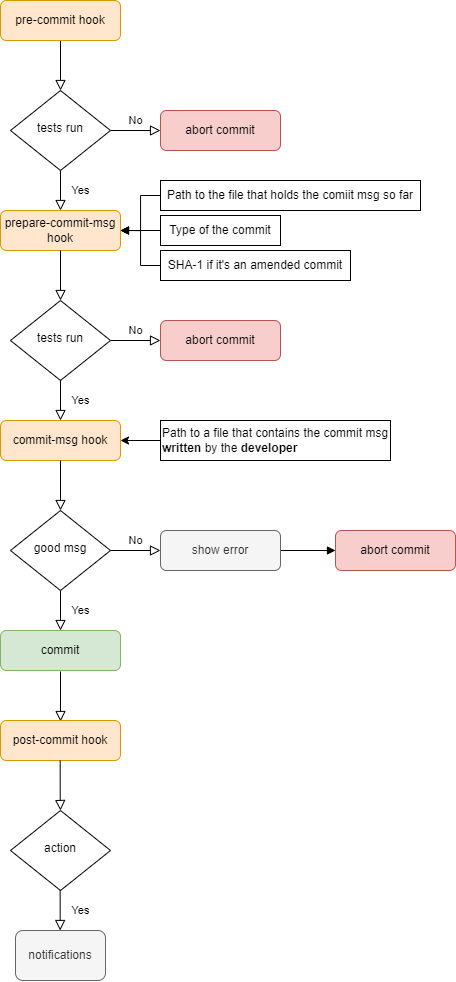
The draw.io diagram assets/images/commit-hooks-final.drawio.png in Reemh/reemh.github.io, before a commit. Source tidied: cells renumbered, new cells last; positions are measured from the earlier drawing's top-left corner, leaving out a move shared by most shapes. The source it was exported from:
```xml
<mxGraphModel>
  <root>
    <mxCell id="0" />
    <mxCell id="1" parent="0" />
    <mxCell id="2" style="rounded=0;html=1;jettySize=auto;fontSize=11;endArrow=block;endFill=0;endSize=8;strokeWidth=1;shadow=0;labelBackgroundColor=none;edgeStyle=orthogonalEdgeStyle;" parent="1" edge="1" source="3" target="6">
      <mxGeometry relative="1" as="geometry" />
    </mxCell>
    <mxCell id="3" value="pre-commit hook" style="rounded=1;whiteSpace=wrap;html=1;fontSize=12;glass=0;strokeWidth=1;shadow=0;fillColor=#ffe6cc;strokeColor=#d79b00;" parent="1" vertex="1">
      <mxGeometry width="120" height="40" as="geometry" />
    </mxCell>
    <mxCell id="4" value="Yes" style="rounded=0;html=1;jettySize=auto;fontSize=11;endArrow=block;endFill=0;endSize=8;strokeWidth=1;shadow=0;labelBackgroundColor=none;edgeStyle=orthogonalEdgeStyle;" parent="1" edge="1" source="6">
      <mxGeometry y="20" relative="1" as="geometry">
        <mxPoint x="60" y="210" as="targetPoint" />
      </mxGeometry>
    </mxCell>
    <mxCell id="5" value="No" style="edgeStyle=orthogonalEdgeStyle;rounded=0;html=1;jettySize=auto;fontSize=11;endArrow=block;endFill=0;endSize=8;strokeWidth=1;shadow=0;labelBackgroundColor=none;" parent="1" edge="1" source="6" target="7">
      <mxGeometry y="10" relative="1" as="geometry" />
    </mxCell>
    <mxCell id="6" value="tests run" style="rhombus;whiteSpace=wrap;html=1;shadow=0;fontFamily=Helvetica;fontSize=12;align=center;strokeWidth=1;spacing=6;spacingTop=-4;" parent="1" vertex="1">
      <mxGeometry x="10" y="90" width="100" height="80" as="geometry" />
    </mxCell>
    <mxCell id="7" value="abort commit" style="rounded=1;whiteSpace=wrap;html=1;fontSize=12;glass=0;strokeWidth=1;shadow=0;fillColor=#f8cecc;strokeColor=#b85450;" parent="1" vertex="1">
      <mxGeometry x="160" y="110" width="120" height="40" as="geometry" />
    </mxCell>
    <mxCell id="8" value="prepare-commit-msg hook" style="rounded=1;whiteSpace=wrap;html=1;fontSize=12;glass=0;strokeWidth=1;shadow=0;fillColor=#ffe6cc;strokeColor=#d79b00;" parent="1" vertex="1">
      <mxGeometry y="210" width="120" height="40" as="geometry" />
    </mxCell>
    <mxCell id="9" style="edgeStyle=orthogonalEdgeStyle;rounded=0;jettySize=auto;html=1;exitX=0;exitY=0.5;exitDx=0;exitDy=0;" parent="1" edge="1" source="31" target="8">
      <mxGeometry relative="1" as="geometry" />
    </mxCell>
    <mxCell id="10" style="rounded=0;html=1;jettySize=auto;fontSize=11;endArrow=block;endFill=0;endSize=8;strokeWidth=1;shadow=0;labelBackgroundColor=none;edgeStyle=orthogonalEdgeStyle;" parent="1" edge="1" target="12">
      <mxGeometry relative="1" as="geometry">
        <mxPoint x="60" y="250" as="sourcePoint" />
      </mxGeometry>
    </mxCell>
    <mxCell id="11" value="No" style="edgeStyle=orthogonalEdgeStyle;rounded=0;html=1;jettySize=auto;fontSize=11;endArrow=block;endFill=0;endSize=8;strokeWidth=1;shadow=0;labelBackgroundColor=none;" parent="1" edge="1" source="12" target="13">
      <mxGeometry y="10" relative="1" as="geometry" />
    </mxCell>
    <mxCell id="12" value="tests run" style="rhombus;whiteSpace=wrap;html=1;shadow=0;fontFamily=Helvetica;fontSize=12;align=center;strokeWidth=1;spacing=6;spacingTop=-4;" parent="1" vertex="1">
      <mxGeometry x="10" y="300" width="100" height="80" as="geometry" />
    </mxCell>
    <mxCell id="13" value="abort commit" style="rounded=1;whiteSpace=wrap;html=1;fontSize=12;glass=0;strokeWidth=1;shadow=0;fillColor=#f8cecc;strokeColor=#b85450;" parent="1" vertex="1">
      <mxGeometry x="160" y="320" width="120" height="40" as="geometry" />
    </mxCell>
    <mxCell id="14" value="commit-msg hook" style="rounded=1;whiteSpace=wrap;html=1;fontSize=12;glass=0;strokeWidth=1;shadow=0;fillColor=#ffe6cc;strokeColor=#d79b00;" parent="1" vertex="1">
      <mxGeometry y="420" width="120" height="40" as="geometry" />
    </mxCell>
    <mxCell id="15" value="Yes" style="rounded=0;html=1;jettySize=auto;orthogonalLoop=1;fontSize=11;endArrow=block;endFill=0;endSize=8;strokeWidth=1;shadow=0;labelBackgroundColor=none;edgeStyle=orthogonalEdgeStyle;" parent="1" edge="1">
      <mxGeometry y="20" relative="1" as="geometry">
        <mxPoint x="60" y="380" as="sourcePoint" />
        <mxPoint x="60" y="420" as="targetPoint" />
      </mxGeometry>
    </mxCell>
    <mxCell id="16" style="edgeStyle=orthogonalEdgeStyle;rounded=0;jettySize=auto;html=1;" parent="1" edge="1" source="17" target="14">
      <mxGeometry relative="1" as="geometry" />
    </mxCell>
    <mxCell id="17" value="Path to a file that contains the commit msg &lt;b&gt;written &lt;/b&gt;by the &lt;b&gt;developer&lt;/b&gt;" style="rounded=0;whiteSpace=wrap;html=1;align=left;" parent="1" vertex="1">
      <mxGeometry x="160" y="420" width="230" height="40" as="geometry" />
    </mxCell>
    <mxCell id="18" style="edgeStyle=orthogonalEdgeStyle;rounded=0;jettySize=auto;html=1;exitX=0;exitY=0.5;exitDx=0;exitDy=0;endArrow=block;endSize=6;" parent="1" edge="1" source="19">
      <mxGeometry relative="1" as="geometry">
        <mxPoint x="120" y="230" as="targetPoint" />
        <Array as="points">
          <mxPoint x="140" y="195" />
          <mxPoint x="140" y="230" />
        </Array>
      </mxGeometry>
    </mxCell>
    <mxCell id="19" value="&lt;span style=&quot;&quot;&gt;Path to the file that holds the comiit msg so far&lt;br&gt;&lt;/span&gt;" style="rounded=0;whiteSpace=wrap;html=1;" parent="1" vertex="1">
      <mxGeometry x="160" y="180" width="260" height="30" as="geometry" />
    </mxCell>
    <mxCell id="20" style="rounded=0;html=1;jettySize=auto;orthogonalLoop=1;fontSize=11;endArrow=block;endFill=0;endSize=8;strokeWidth=1;shadow=0;labelBackgroundColor=none;edgeStyle=orthogonalEdgeStyle;" parent="1" edge="1">
      <mxGeometry relative="1" as="geometry">
        <mxPoint x="60" y="460" as="sourcePoint" />
        <mxPoint x="60" y="510" as="targetPoint" />
      </mxGeometry>
    </mxCell>
    <mxCell id="21" value="Yes" style="rounded=0;html=1;jettySize=auto;fontSize=11;endArrow=block;endFill=0;endSize=8;strokeWidth=1;shadow=0;labelBackgroundColor=none;edgeStyle=orthogonalEdgeStyle;" parent="1" edge="1" source="23">
      <mxGeometry y="20" relative="1" as="geometry">
        <mxPoint x="60" y="630" as="targetPoint" />
      </mxGeometry>
    </mxCell>
    <mxCell id="22" value="No" style="edgeStyle=orthogonalEdgeStyle;rounded=0;html=1;jettySize=auto;fontSize=11;endArrow=block;endFill=0;endSize=8;strokeWidth=1;shadow=0;labelBackgroundColor=none;" parent="1" edge="1" source="23">
      <mxGeometry y="10" relative="1" as="geometry">
        <mxPoint x="160" y="550" as="targetPoint" />
      </mxGeometry>
    </mxCell>
    <mxCell id="23" value="good msg" style="rhombus;whiteSpace=wrap;html=1;shadow=0;fontFamily=Helvetica;fontSize=12;align=center;strokeWidth=1;spacing=6;spacingTop=-4;" parent="1" vertex="1">
      <mxGeometry x="10" y="510" width="100" height="80" as="geometry" />
    </mxCell>
    <mxCell id="24" style="edgeStyle=orthogonalEdgeStyle;rounded=0;jettySize=auto;html=1;endArrow=block;endSize=6;" parent="1" edge="1" source="25" target="29">
      <mxGeometry relative="1" as="geometry" />
    </mxCell>
    <mxCell id="25" value="show error" style="rounded=1;whiteSpace=wrap;html=1;fontSize=12;glass=0;strokeWidth=1;shadow=0;fillColor=#f5f5f5;fontColor=#333333;strokeColor=#666666;" parent="1" vertex="1">
      <mxGeometry x="160" y="530" width="120" height="40" as="geometry" />
    </mxCell>
    <mxCell id="26" value="commit" style="rounded=1;whiteSpace=wrap;html=1;fontSize=12;glass=0;strokeWidth=1;shadow=0;fillColor=#d5e8d4;strokeColor=#82b366;" parent="1" vertex="1">
      <mxGeometry y="630" width="120" height="40" as="geometry" />
    </mxCell>
    <mxCell id="27" style="rounded=0;html=1;jettySize=auto;orthogonalLoop=1;fontSize=11;endArrow=block;endFill=0;endSize=8;strokeWidth=1;shadow=0;labelBackgroundColor=none;edgeStyle=orthogonalEdgeStyle;" parent="1" edge="1">
      <mxGeometry relative="1" as="geometry">
        <mxPoint x="60" y="671" as="sourcePoint" />
        <mxPoint x="60" y="721" as="targetPoint" />
      </mxGeometry>
    </mxCell>
    <mxCell id="28" value="post-commit hook" style="rounded=1;whiteSpace=wrap;html=1;fontSize=12;glass=0;strokeWidth=1;shadow=0;fillColor=#ffe6cc;strokeColor=#d79b00;" parent="1" vertex="1">
      <mxGeometry y="720" width="120" height="40" as="geometry" />
    </mxCell>
    <mxCell id="29" value="abort commit" style="rounded=1;whiteSpace=wrap;html=1;fontSize=12;glass=0;strokeWidth=1;shadow=0;fillColor=#f8cecc;strokeColor=#b85450;" parent="1" vertex="1">
      <mxGeometry x="335" y="530" width="120" height="40" as="geometry" />
    </mxCell>
    <mxCell id="30" value="notifications" style="rounded=1;whiteSpace=wrap;html=1;fillColor=#f5f5f5;strokeColor=#666666;glass=0;strokeWidth=1;shadow=0;fontColor=#333333;" parent="1" vertex="1">
      <mxGeometry x="15" y="930" width="90" height="50" as="geometry" />
    </mxCell>
    <mxCell id="31" value="&lt;div style=&quot;text-align: left;&quot;&gt;&lt;span style=&quot;background-color: initial;&quot;&gt;Type of the commit&lt;/span&gt;&lt;/div&gt;" style="rounded=0;whiteSpace=wrap;html=1;" parent="1" vertex="1">
      <mxGeometry x="160" y="215" width="120" height="30" as="geometry" />
    </mxCell>
    <mxCell id="32" style="edgeStyle=orthogonalEdgeStyle;rounded=0;jettySize=auto;html=1;exitX=0;exitY=0.5;exitDx=0;exitDy=0;entryX=1;entryY=0.5;entryDx=0;entryDy=0;endArrow=block;endSize=6;" parent="1" edge="1" source="33" target="8">
      <mxGeometry relative="1" as="geometry" />
    </mxCell>
    <mxCell id="33" value="&lt;div style=&quot;text-align: left;&quot;&gt;SHA-1 if it's an amended commit&lt;br&gt;&lt;/div&gt;" style="rounded=0;whiteSpace=wrap;html=1;" parent="1" vertex="1">
      <mxGeometry x="160" y="250" width="190" height="30" as="geometry" />
    </mxCell>
    <mxCell id="34" value="action" style="rhombus;whiteSpace=wrap;html=1;shadow=0;fontFamily=Helvetica;fontSize=12;align=center;strokeWidth=1;spacing=6;spacingTop=-4;" parent="1" vertex="1">
      <mxGeometry x="10" y="810" width="100" height="80" as="geometry" />
    </mxCell>
    <mxCell id="35" style="rounded=0;html=1;jettySize=auto;orthogonalLoop=1;fontSize=11;endArrow=block;endFill=0;endSize=8;strokeWidth=1;shadow=0;labelBackgroundColor=none;edgeStyle=orthogonalEdgeStyle;" parent="1" edge="1">
      <mxGeometry relative="1" as="geometry">
        <mxPoint x="59.7" y="760" as="sourcePoint" />
        <mxPoint x="60" y="810" as="targetPoint" />
        <Array as="points">
          <mxPoint x="59.7" y="800" />
          <mxPoint x="59.7" y="800" />
        </Array>
      </mxGeometry>
    </mxCell>
    <mxCell id="36" value="Yes" style="rounded=0;html=1;jettySize=auto;orthogonalLoop=1;fontSize=11;endArrow=block;endFill=0;endSize=8;strokeWidth=1;shadow=0;labelBackgroundColor=none;edgeStyle=orthogonalEdgeStyle;" parent="1" edge="1">
      <mxGeometry y="20" relative="1" as="geometry">
        <mxPoint x="59.7" y="890" as="sourcePoint" />
        <mxPoint x="59.7" y="930" as="targetPoint" />
      </mxGeometry>
    </mxCell>
  </root>
</mxGraphModel>
```
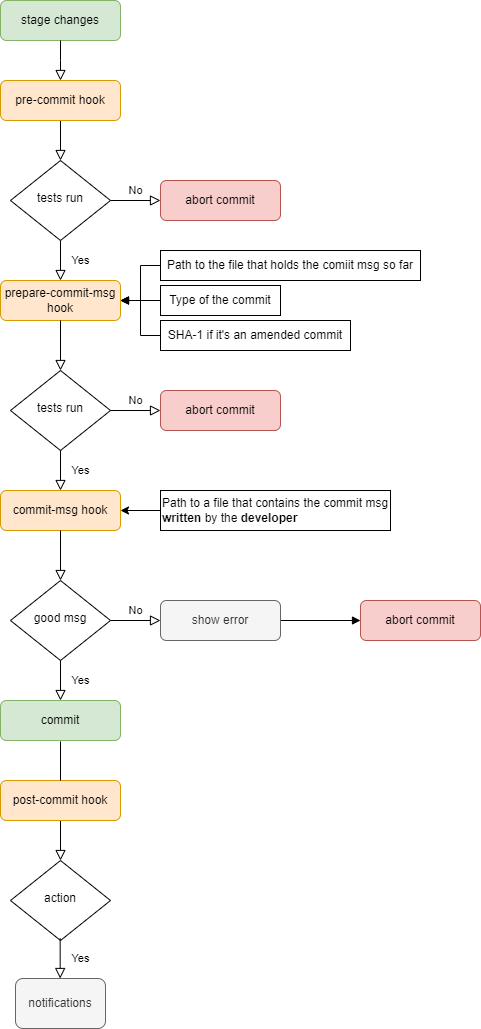
The same diagram one commit later.

Diff of the diagram source:
```diff
@@ -6,7 +6,7 @@
       <mxGeometry relative="1" as="geometry" />
     </mxCell>
     <mxCell id="3" value="pre-commit hook" style="rounded=1;whiteSpace=wrap;html=1;fontSize=12;glass=0;strokeWidth=1;shadow=0;fillColor=#ffe6cc;strokeColor=#d79b00;" parent="1" vertex="1">
-      <mxGeometry width="120" height="40" as="geometry" />
+      <mxGeometry y="10" width="120" height="40" as="geometry" />
     </mxCell>
     <mxCell id="4" value="Yes" style="rounded=0;html=1;jettySize=auto;fontSize=11;endArrow=block;endFill=0;endSize=8;strokeWidth=1;shadow=0;labelBackgroundColor=none;edgeStyle=orthogonalEdgeStyle;" parent="1" edge="1" source="6">
       <mxGeometry y="20" relative="1" as="geometry">
@@ -97,20 +97,16 @@
     <mxCell id="26" value="commit" style="rounded=1;whiteSpace=wrap;html=1;fontSize=12;glass=0;strokeWidth=1;shadow=0;fillColor=#d5e8d4;strokeColor=#82b366;" parent="1" vertex="1">
       <mxGeometry y="630" width="120" height="40" as="geometry" />
     </mxCell>
-    <mxCell id="27" style="rounded=0;html=1;jettySize=auto;orthogonalLoop=1;fontSize=11;endArrow=block;endFill=0;endSize=8;strokeWidth=1;shadow=0;labelBackgroundColor=none;edgeStyle=orthogonalEdgeStyle;" parent="1" edge="1">
+    <mxCell id="27" style="rounded=0;html=1;jettySize=auto;fontSize=11;endArrow=block;endFill=0;endSize=8;strokeWidth=1;shadow=0;labelBackgroundColor=none;edgeStyle=orthogonalEdgeStyle;startArrow=none;" parent="1" edge="1" source="28">
       <mxGeometry relative="1" as="geometry">
-        <mxPoint x="60" y="671" as="sourcePoint" />
         <mxPoint x="60" y="721" as="targetPoint" />
       </mxGeometry>
     </mxCell>
-    <mxCell id="28" value="post-commit hook" style="rounded=1;whiteSpace=wrap;html=1;fontSize=12;glass=0;strokeWidth=1;shadow=0;fillColor=#ffe6cc;strokeColor=#d79b00;" parent="1" vertex="1">
-      <mxGeometry y="720" width="120" height="40" as="geometry" />
-    </mxCell>
     <mxCell id="29" value="abort commit" style="rounded=1;whiteSpace=wrap;html=1;fontSize=12;glass=0;strokeWidth=1;shadow=0;fillColor=#f8cecc;strokeColor=#b85450;" parent="1" vertex="1">
-      <mxGeometry x="335" y="530" width="120" height="40" as="geometry" />
+      <mxGeometry x="360" y="530" width="120" height="40" as="geometry" />
     </mxCell>
     <mxCell id="30" value="notifications" style="rounded=1;whiteSpace=wrap;html=1;fillColor=#f5f5f5;strokeColor=#666666;glass=0;strokeWidth=1;shadow=0;fontColor=#333333;" parent="1" vertex="1">
-      <mxGeometry x="15" y="930" width="90" height="50" as="geometry" />
+      <mxGeometry x="15" y="908" width="90" height="50" as="geometry" />
     </mxCell>
     <mxCell id="31" value="&lt;div style=&quot;text-align: left;&quot;&gt;&lt;span style=&quot;background-color: initial;&quot;&gt;Type of the commit&lt;/span&gt;&lt;/div&gt;" style="rounded=0;whiteSpace=wrap;html=1;" parent="1" vertex="1">
       <mxGeometry x="160" y="215" width="120" height="30" as="geometry" />
@@ -122,23 +118,42 @@
       <mxGeometry x="160" y="250" width="190" height="30" as="geometry" />
     </mxCell>
     <mxCell id="34" value="action" style="rhombus;whiteSpace=wrap;html=1;shadow=0;fontFamily=Helvetica;fontSize=12;align=center;strokeWidth=1;spacing=6;spacingTop=-4;" parent="1" vertex="1">
-      <mxGeometry x="10" y="810" width="100" height="80" as="geometry" />
+      <mxGeometry x="10" y="790" width="100" height="80" as="geometry" />
     </mxCell>
     <mxCell id="35" style="rounded=0;html=1;jettySize=auto;orthogonalLoop=1;fontSize=11;endArrow=block;endFill=0;endSize=8;strokeWidth=1;shadow=0;labelBackgroundColor=none;edgeStyle=orthogonalEdgeStyle;" parent="1" edge="1">
       <mxGeometry relative="1" as="geometry">
-        <mxPoint x="59.7" y="760" as="sourcePoint" />
-        <mxPoint x="60" y="810" as="targetPoint" />
+        <mxPoint x="59.7" y="749" as="sourcePoint" />
+        <mxPoint x="60" y="790" as="targetPoint" />
         <Array as="points">
-          <mxPoint x="59.7" y="800" />
-          <mxPoint x="59.7" y="800" />
+          <mxPoint x="59.7" y="789" />
+          <mxPoint x="59.7" y="789" />
         </Array>
       </mxGeometry>
     </mxCell>
     <mxCell id="36" value="Yes" style="rounded=0;html=1;jettySize=auto;orthogonalLoop=1;fontSize=11;endArrow=block;endFill=0;endSize=8;strokeWidth=1;shadow=0;labelBackgroundColor=none;edgeStyle=orthogonalEdgeStyle;" parent="1" edge="1">
       <mxGeometry y="20" relative="1" as="geometry">
-        <mxPoint x="59.7" y="890" as="sourcePoint" />
-        <mxPoint x="59.7" y="930" as="targetPoint" />
+        <mxPoint x="59.7" y="868" as="sourcePoint" />
+        <mxPoint x="59.7" y="908" as="targetPoint" />
       </mxGeometry>
     </mxCell>
+    <mxCell id="37" value="stage changes" style="rounded=1;whiteSpace=wrap;html=1;fontSize=12;glass=0;strokeWidth=1;shadow=0;fillColor=#d5e8d4;strokeColor=#82b366;" parent="1" vertex="1">
+      <mxGeometry y="-70" width="120" height="40" as="geometry" />
+    </mxCell>
+    <mxCell id="38" style="rounded=0;html=1;jettySize=auto;fontSize=11;endArrow=block;endFill=0;endSize=8;strokeWidth=1;shadow=0;labelBackgroundColor=none;edgeStyle=orthogonalEdgeStyle;exitX=0.5;exitY=1;exitDx=0;exitDy=0;entryX=0.5;entryY=0;entryDx=0;entryDy=0;" parent="1" edge="1" source="37" target="3">
+      <mxGeometry relative="1" as="geometry">
+        <Array as="points">
+          <mxPoint x="60" y="-10" />
+          <mxPoint x="60" y="-10" />
+        </Array>
+      </mxGeometry>
+    </mxCell>
+    <mxCell id="28" value="post-commit hook" style="rounded=1;whiteSpace=wrap;html=1;fontSize=12;glass=0;strokeWidth=1;shadow=0;fillColor=#ffe6cc;strokeColor=#d79b00;" parent="1" vertex="1">
+      <mxGeometry y="710" width="120" height="40" as="geometry" />
+    </mxCell>
+    <mxCell id="39" style="rounded=0;html=1;jettySize=auto;fontSize=11;endArrow=none;endFill=0;endSize=8;strokeWidth=1;shadow=0;labelBackgroundColor=none;edgeStyle=orthogonalEdgeStyle;" parent="1" edge="1" target="28">
+      <mxGeometry relative="1" as="geometry">
+        <mxPoint x="60" y="671" as="sourcePoint" />
+      </mxGeometry>
+    </mxCell>
   </root>
 </mxGraphModel>
```
